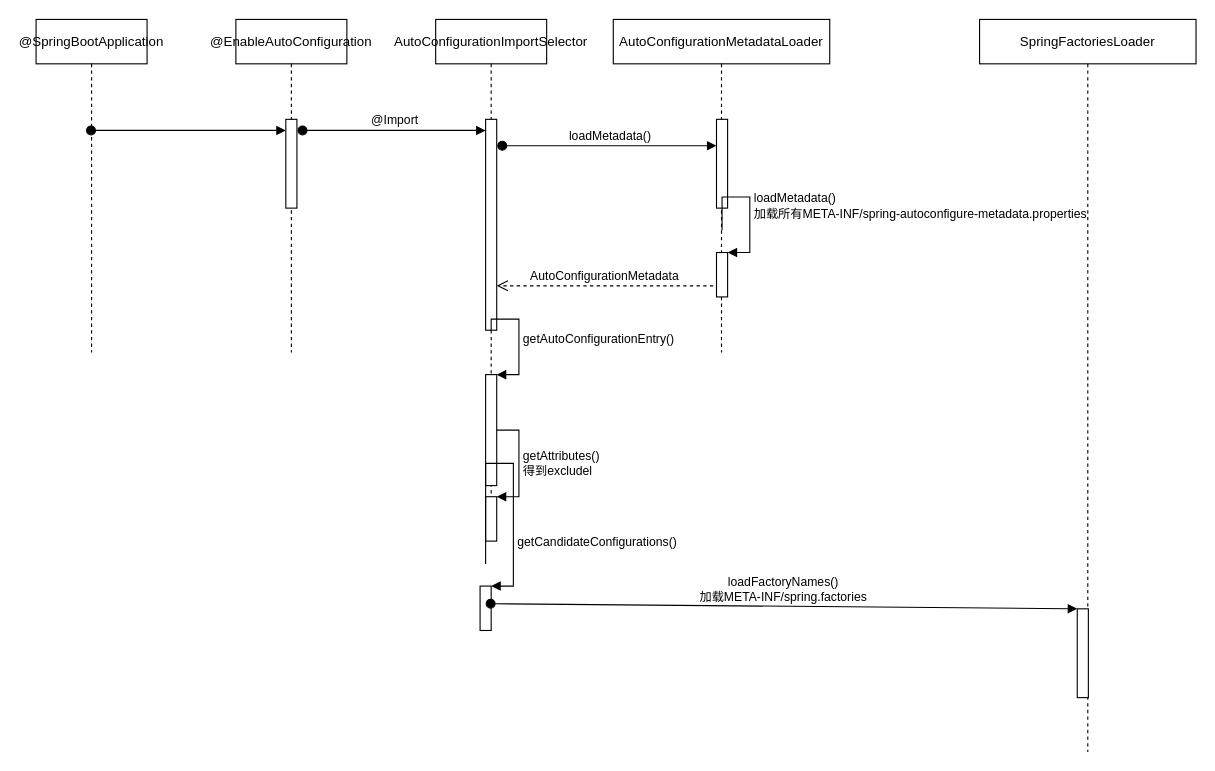
This is page "springboot" (5 of 5) of spring-scurity.drawio from quanqiang-li/draw, a draw.io file, before an edit. Source tidied: cells renumbered, new cells numbered last; positions are measured from the earlier drawing's top-left corner, leaving out a move shared by most shapes. Both pictures are drawn from the tidied source at 111%, with x=0, y=0 at pixel (36, 19).
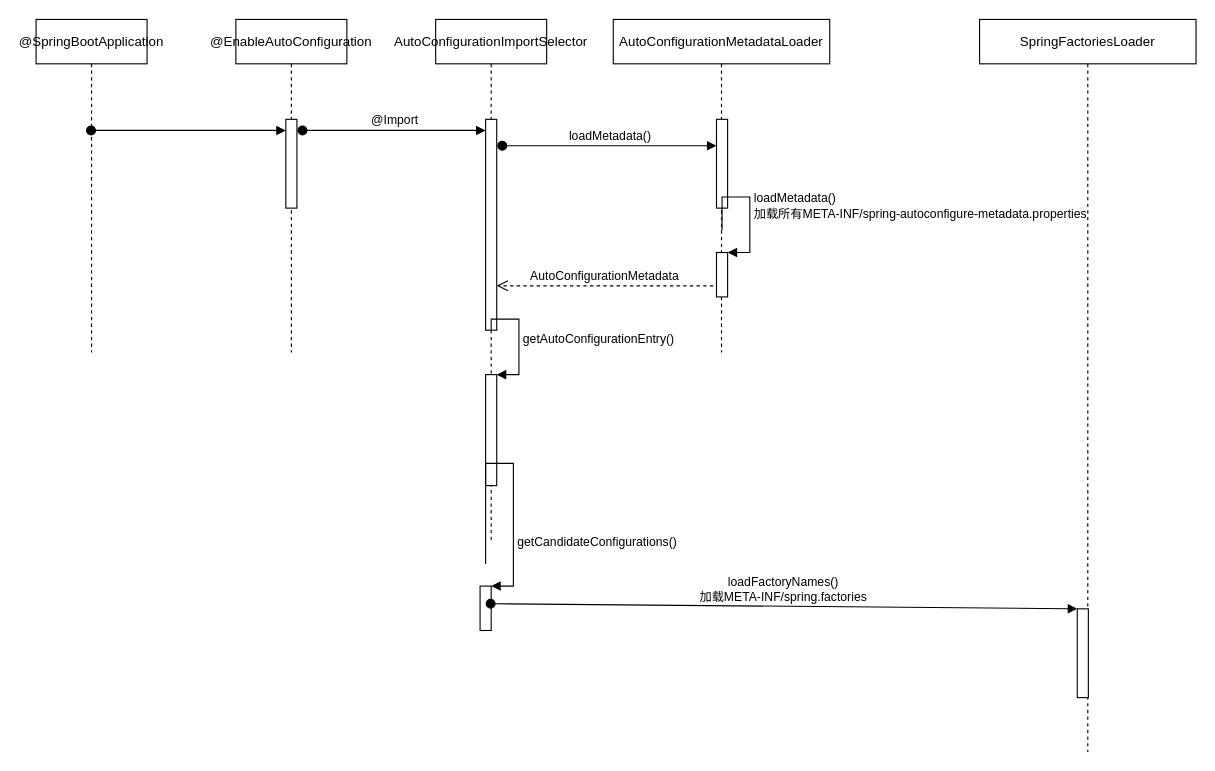
Above is the later version.

The change refers to these unchanged cells:
```xml
<mxCell id="5" value="AutoConfigurationImportSelector" style="shape=umlLifeline;perimeter=lifelinePerimeter;whiteSpace=wrap;html=1;" parent="1" vertex="1">
  <mxGeometry x="360" width="100" height="470" as="geometry" />
</mxCell>
<mxCell id="8" style="html=1;points=[];perimeter=orthogonalPerimeter;" parent="5" vertex="1">
  <mxGeometry x="45" y="320" width="10" height="100" as="geometry" />
</mxCell>
```

Diff of the diagram source:
```diff
@@
-    <mxCell id="10" style="html=1;points=[];perimeter=orthogonalPerimeter;" parent="5" vertex="1">
-      <mxGeometry x="45" y="430" width="10" height="40" as="geometry" />
-    </mxCell>
-    <mxCell id="11" value="getAttributes()&lt;br&gt;得到excludel" style="edgeStyle=orthogonalEdgeStyle;html=1;align=left;spacingLeft=2;endArrow=block;rounded=0;entryX=1;entryY=0;" parent="5" edge="1" source="8" target="10">
-      <mxGeometry relative="1" as="geometry">
-        <Array as="points">
-          <mxPoint x="75" y="370" />
-          <mxPoint x="75" y="430" />
-        </Array>
-      </mxGeometry>
-    </mxCell>
```
